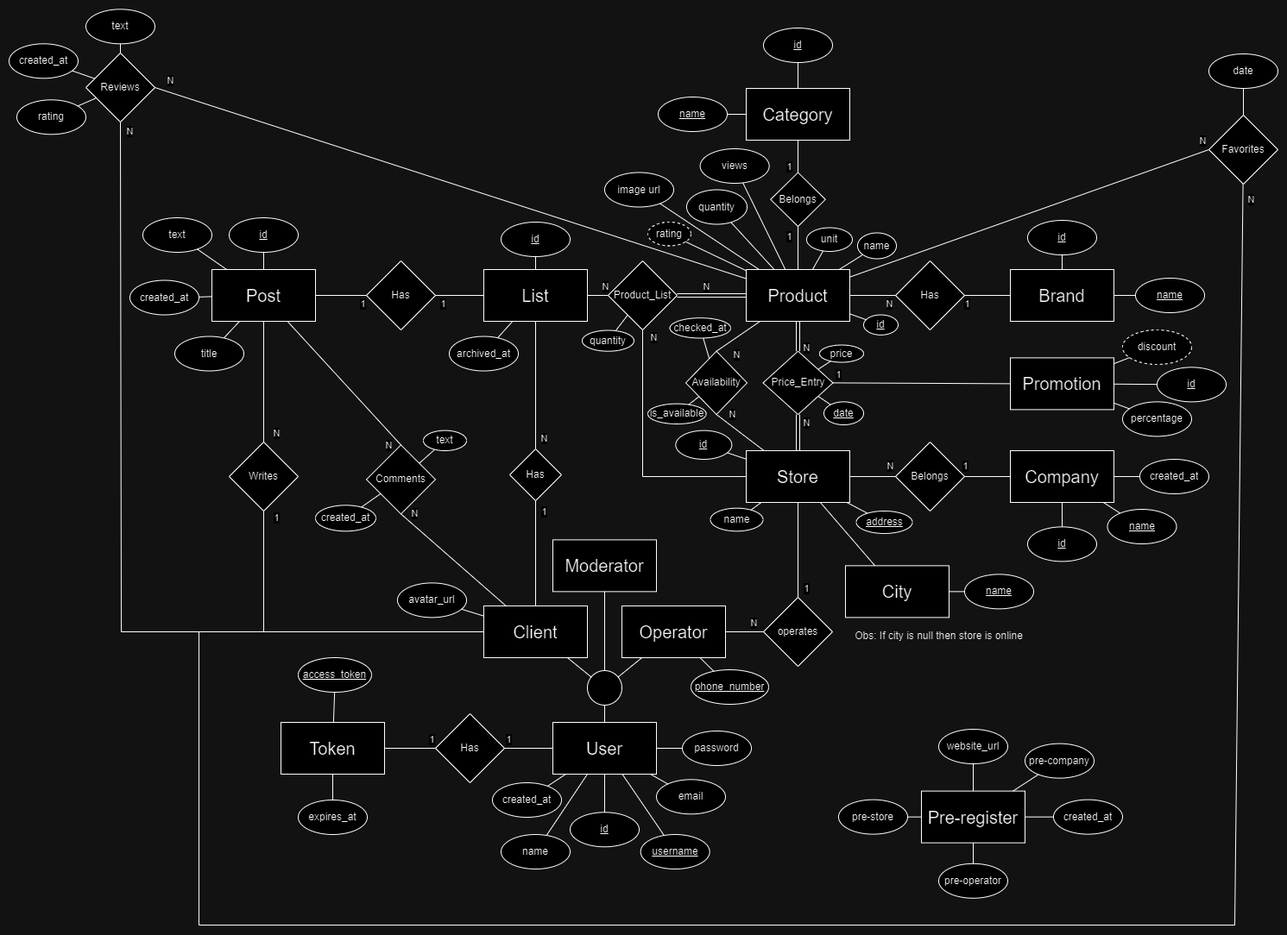
Above: docs/EA_model.png in AndreGraca3/Market-Tracker (draw.io), before the change. Source tidied: cells renumbered, new cells last; positions are measured from the earlier drawing's top-left corner, leaving out a move shared by most shapes.
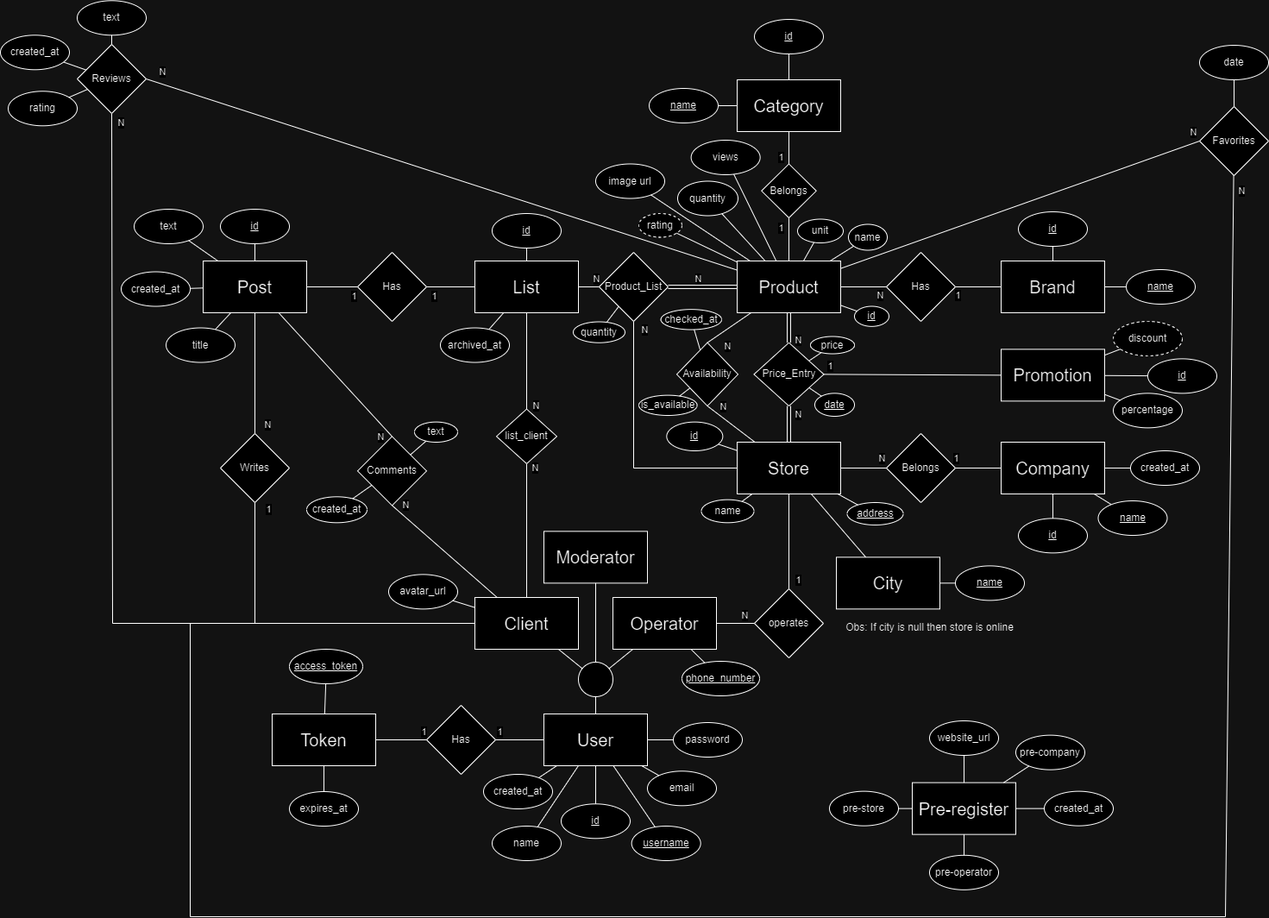
Above is the later version.

The edit, as a diff of the source:
```diff
@@ -58,15 +58,15 @@
         <mxPoint x="13" y="19" as="offset" />
       </mxGeometry>
     </mxCell>
-    <mxCell id="20" value="1" style="endArrow=none;html=1;rounded=0;entryX=0.5;entryY=1;entryDx=0;entryDy=0;" parent="1" edge="1" source="5" target="34">
-      <mxGeometry x="0.79" y="-10" relative="1" as="geometry" />
+    <mxCell id="20" value="N" style="endArrow=none;html=1;rounded=0;entryX=0.5;entryY=1;entryDx=0;entryDy=0;" parent="1" edge="1" source="5" target="34">
+      <mxGeometry x="0.94" y="-10" relative="1" as="geometry" />
     </mxCell>
     <mxCell id="21" style="endArrow=none;html=1;rounded=0;strokeColor=default;exitX=0.5;exitY=0;exitDx=0;exitDy=0;entryX=0.5;entryY=1;entryDx=0;entryDy=0;" parent="1" edge="1" source="34" target="16">
       <mxGeometry relative="1" as="geometry" />
     </mxCell>
     <mxCell id="22" value="N" style="edgeLabel;html=1;align=center;verticalAlign=middle;" parent="21" vertex="1">
       <mxGeometry x="-0.02" y="-1" relative="1" as="geometry">
-        <mxPoint x="9" y="60" as="offset" />
+        <mxPoint x="9" y="51" as="offset" />
       </mxGeometry>
     </mxCell>
     <mxCell id="23" value="Product_List" style="rhombus;whiteSpace=wrap;html=1;" parent="1" vertex="1">
@@ -108,8 +108,8 @@
     <mxCell id="33" style="endArrow=none;html=1;rounded=0;" parent="1" edge="1" source="32" target="16">
       <mxGeometry relative="1" as="geometry" />
     </mxCell>
-    <mxCell id="34" value="Has" style="rhombus;whiteSpace=wrap;html=1;" parent="1" vertex="1">
-      <mxGeometry x="580" y="510" width="60" height="60" as="geometry" />
+    <mxCell id="34" value="list_client" style="rhombus;whiteSpace=wrap;html=1;" parent="1" vertex="1">
+      <mxGeometry x="575" y="473.6" width="70" height="63.3" as="geometry" />
     </mxCell>
     <mxCell id="35" value="&lt;u&gt;date&lt;/u&gt;" style="ellipse;whiteSpace=wrap;html=1;" parent="1" vertex="1">
       <mxGeometry x="944" y="455.4" width="46" height="26.6" as="geometry" />
```
